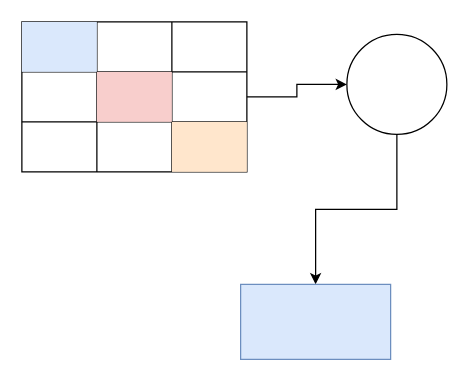
Above: page "Page-1" (1 of 2) of docs/assets/drawio/demo.drawio in SszOrg/bulletin (draw.io), before the change. Source tidied: cells renumbered, new cells numbered last; positions are measured from the earlier drawing's top-left corner, leaving out a move shared by most shapes. Both pictures are drawn from the tidied source at 125%, with x=0, y=0 at pixel (21, 21).
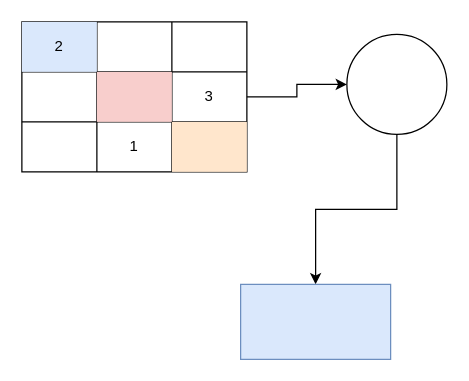
The same diagram, later.

What changed in the source:
```diff
@@
 <mxGraphModel>
   <root>
     <mxCell id="0" />
     <mxCell id="1" parent="0" />
     <mxCell id="2" style="shape=table;html=1;whiteSpace=wrap;startSize=0;childLayout=tableLayout;" parent="1" vertex="1">
       <mxGeometry width="180" height="120" as="geometry" />
     </mxCell>
     <mxCell id="3" style="shape=tableRow;horizontal=0;startSize=0;swimlaneHead=0;swimlaneBody=0;top=0;left=0;bottom=0;right=0;fillColor=none;" parent="2" vertex="1">
       <mxGeometry width="180" height="40" as="geometry" />
     </mxCell>
-    <mxCell id="4" style="shape=partialRectangle;html=1;whiteSpace=wrap;fillColor=#dae8fc;top=0;left=0;bottom=0;right=0;overflow=hidden;strokeColor=#6c8ebf;" parent="3" vertex="1">
+    <mxCell id="4" value="2" style="shape=partialRectangle;html=1;whiteSpace=wrap;fillColor=#dae8fc;top=0;left=0;bottom=0;right=0;overflow=hidden;strokeColor=#6c8ebf;" parent="3" vertex="1">
       <mxGeometry width="60" height="40" as="geometry" />
     </mxCell>
     <mxCell id="5" style="shape=partialRectangle;html=1;whiteSpace=wrap;fillColor=none;top=0;left=0;bottom=0;right=0;overflow=hidden;" parent="3" vertex="1">
       <mxGeometry x="60" width="60" height="40" as="geometry" />
     </mxCell>
     <mxCell id="6" style="shape=partialRectangle;html=1;whiteSpace=wrap;fillColor=none;top=0;left=0;bottom=0;right=0;overflow=hidden;" parent="3" vertex="1">
       <mxGeometry x="120" width="60" height="40" as="geometry" />
     </mxCell>
     <mxCell id="7" style="shape=tableRow;horizontal=0;startSize=0;swimlaneHead=0;swimlaneBody=0;top=0;left=0;bottom=0;right=0;fillColor=none;points=[[0,0.5],[1,0.5]];portConstraint=eastwest;" parent="2" vertex="1">
       <mxGeometry y="40" width="180" height="40" as="geometry" />
     </mxCell>
     <mxCell id="8" style="shape=partialRectangle;html=1;whiteSpace=wrap;fillColor=none;top=0;left=0;bottom=0;right=0;overflow=hidden;" parent="7" vertex="1">
       <mxGeometry width="60" height="40" as="geometry" />
     </mxCell>
     <mxCell id="9" style="shape=partialRectangle;html=1;whiteSpace=wrap;fillColor=#f8cecc;top=0;left=0;bottom=0;right=0;overflow=hidden;strokeColor=#b85450;" parent="7" vertex="1">
       <mxGeometry x="60" width="60" height="40" as="geometry" />
     </mxCell>
-    <mxCell id="10" style="shape=partialRectangle;html=1;whiteSpace=wrap;fillColor=none;top=0;left=0;bottom=0;right=0;overflow=hidden;" parent="7" vertex="1">
+    <mxCell id="10" value="3" style="shape=partialRectangle;html=1;whiteSpace=wrap;fillColor=none;top=0;left=0;bottom=0;right=0;overflow=hidden;" parent="7" vertex="1">
       <mxGeometry x="120" width="60" height="40" as="geometry" />
     </mxCell>
     <mxCell id="11" style="shape=tableRow;horizontal=0;startSize=0;swimlaneHead=0;swimlaneBody=0;top=0;left=0;bottom=0;right=0;fillColor=none;" parent="2" vertex="1">
       <mxGeometry y="80" width="180" height="40" as="geometry" />
     </mxCell>
     <mxCell id="12" style="shape=partialRectangle;html=1;whiteSpace=wrap;fillColor=none;top=0;left=0;bottom=0;right=0;overflow=hidden;" parent="11" vertex="1">
       <mxGeometry width="60" height="40" as="geometry" />
     </mxCell>
-    <mxCell id="13" style="shape=partialRectangle;html=1;whiteSpace=wrap;fillColor=none;top=0;left=0;bottom=0;right=0;overflow=hidden;" parent="11" vertex="1">
+    <mxCell id="13" value="1" style="shape=partialRectangle;html=1;whiteSpace=wrap;fillColor=none;top=0;left=0;bottom=0;right=0;overflow=hidden;" parent="11" vertex="1">
       <mxGeometry x="60" width="60" height="40" as="geometry" />
     </mxCell>
     <mxCell id="14" style="shape=partialRectangle;html=1;whiteSpace=wrap;fillColor=#ffe6cc;top=0;left=0;bottom=0;right=0;overflow=hidden;strokeColor=#d79b00;" parent="11" vertex="1">
       <mxGeometry x="120" width="60" height="40" as="geometry" />
     </mxCell>
     <mxCell id="15" style="edgeStyle=orthogonalEdgeStyle;rounded=0;jettySize=auto;html=1;entryX=0.5;entryY=0;entryDx=0;entryDy=0;" parent="1" edge="1" source="16" target="17">
       <mxGeometry relative="1" as="geometry" />
     </mxCell>
     <mxCell id="16" style="ellipse;whiteSpace=wrap;html=1;" parent="1" vertex="1">
       <mxGeometry x="260" y="10" width="80" height="80" as="geometry" />
     </mxCell>
     <mxCell id="17" style="rounded=0;whiteSpace=wrap;html=1;fillColor=#dae8fc;strokeColor=#6c8ebf;" parent="1" vertex="1">
       <mxGeometry x="175" y="210" width="120" height="60" as="geometry" />
     </mxCell>
     <mxCell id="18" style="edgeStyle=orthogonalEdgeStyle;rounded=0;jettySize=auto;html=1;" parent="1" edge="1" source="7" target="16">
       <mxGeometry relative="1" as="geometry" />
     </mxCell>
   </root>
 </mxGraphModel>
```
